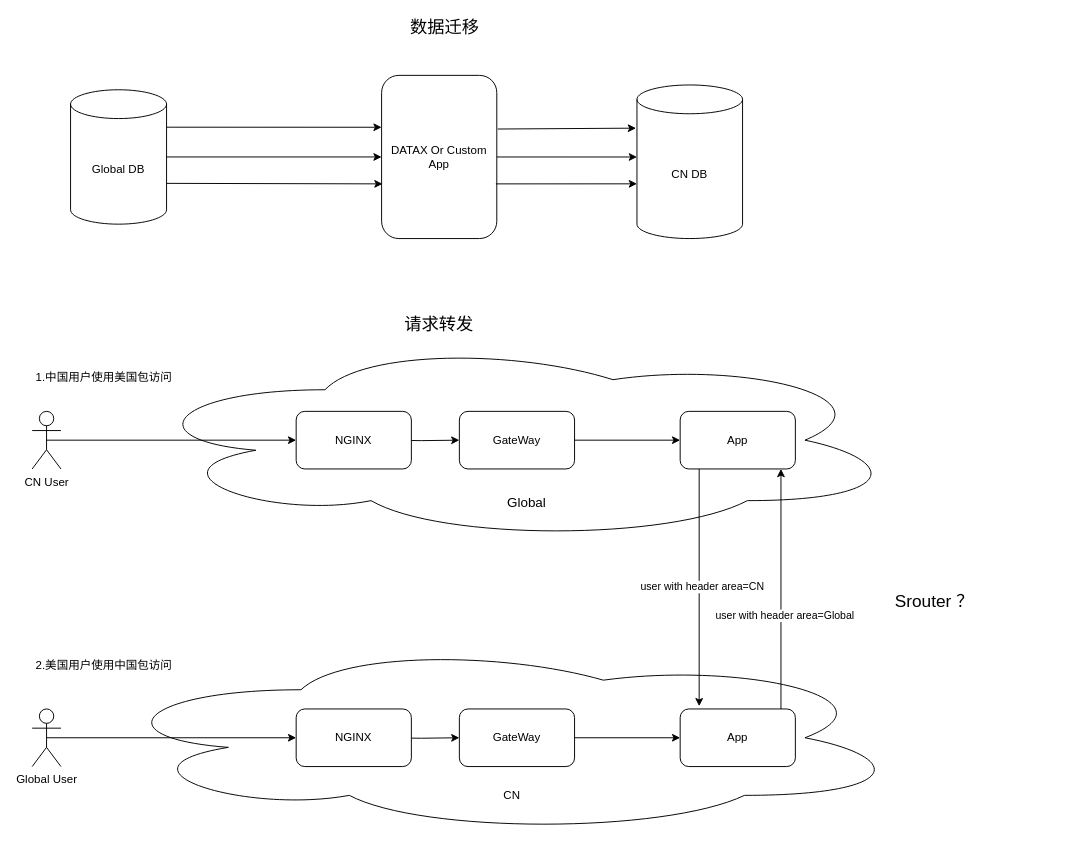
Above: 自选个人信息合规架构.drawio in Hia-Hia/A-note (draw.io), before the change. Source tidied: cells renumbered, new cells numbered last; positions are measured from the earlier drawing's top-left corner, leaving out a move shared by most shapes. Both pictures are drawn from the tidied source at 96%, with x=0, y=0 at pixel (22, 17).
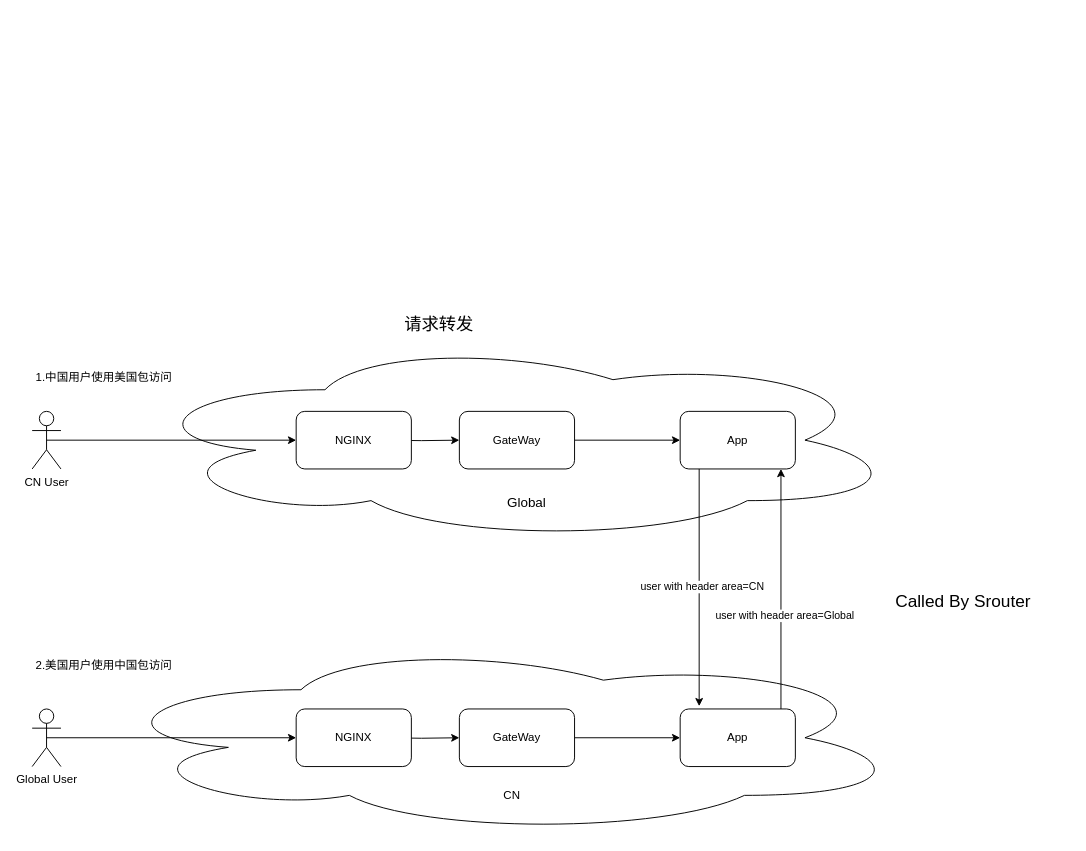
After the change.

Commit message:
更新自选个人信息合规架构.drawio

What changed in the source:
```diff
@@
-    <mxCell id="4" value="&lt;font style=&quot;font-size: 18px&quot;&gt;数据迁移&lt;/font&gt;" style="text;html=1;strokeColor=none;fillColor=none;align=center;verticalAlign=middle;whiteSpace=wrap;rounded=0;" parent="1" vertex="1">
-      <mxGeometry x="360" width="160" height="20" as="geometry" />
-    </mxCell>
-    <mxCell id="5" value="Global DB" style="shape=cylinder3;whiteSpace=wrap;html=1;boundedLbl=1;backgroundOutline=1;size=15;" parent="1" vertex="1">
-      <mxGeometry x="50" y="75" width="100" height="140" as="geometry" />
-    </mxCell>
-    <mxCell id="6" value="CN DB" style="shape=cylinder3;whiteSpace=wrap;html=1;boundedLbl=1;backgroundOutline=1;size=15;" parent="1" vertex="1">
-      <mxGeometry x="640" y="70" width="110" height="160" as="geometry" />
-    </mxCell>
-    <mxCell id="7" value="DATAX Or Custom App" style="rounded=1;whiteSpace=wrap;html=1;" parent="1" vertex="1">
-      <mxGeometry x="374" y="60" width="120" height="170" as="geometry" />
-    </mxCell>
-    <mxCell id="8" style="endArrow=classic;html=1;exitX=1.017;exitY=0.329;exitDx=0;exitDy=0;exitPerimeter=0;" parent="1" edge="1">
-      <mxGeometry relative="1" as="geometry">
-        <mxPoint x="495" y="115.9" as="sourcePoint" />
-        <mxPoint x="639" y="115" as="targetPoint" />
-      </mxGeometry>
-    </mxCell>
-    <mxCell id="9" style="endArrow=classic;html=1;entryX=0;entryY=0.318;entryDx=0;entryDy=0;entryPerimeter=0;" parent="1" edge="1" target="7">
-      <mxGeometry relative="1" as="geometry">
-        <mxPoint x="150" y="114" as="sourcePoint" />
-      </mxGeometry>
-    </mxCell>
-    <mxCell id="10" style="endArrow=classic;html=1;exitX=1;exitY=0.5;exitDx=0;exitDy=0;exitPerimeter=0;entryX=0;entryY=0.5;entryDx=0;entryDy=0;" parent="1" edge="1" source="5" target="7">
-      <mxGeometry relative="1" as="geometry" />
-    </mxCell>
-    <mxCell id="11" style="endArrow=classic;html=1;entryX=0;entryY=0.469;entryDx=0;entryDy=0;entryPerimeter=0;" parent="1" edge="1" source="7" target="6">
-      <mxGeometry relative="1" as="geometry" />
-    </mxCell>
-    <mxCell id="12" style="endArrow=classic;html=1;exitX=1;exitY=0;exitDx=0;exitDy=97.5;exitPerimeter=0;entryX=0.008;entryY=0.665;entryDx=0;entryDy=0;entryPerimeter=0;" parent="1" edge="1" source="5" target="7">
-      <mxGeometry relative="1" as="geometry" />
-    </mxCell>
-    <mxCell id="13" style="endArrow=classic;html=1;exitX=0.992;exitY=0.665;exitDx=0;exitDy=0;exitPerimeter=0;" parent="1" edge="1" source="7">
-      <mxGeometry relative="1" as="geometry">
-        <mxPoint x="640" y="173" as="targetPoint" />
-      </mxGeometry>
-    </mxCell>
@@
-    <mxCell id="36" value="&lt;font style=&quot;font-size: 18px&quot;&gt;Srouter ？&lt;/font&gt;" style="text;html=1;strokeColor=none;fillColor=none;align=center;verticalAlign=middle;whiteSpace=wrap;rounded=0;" parent="1" vertex="1">
-      <mxGeometry x="880" y="565" width="140" height="85" as="geometry" />
+    <mxCell id="36" value="&lt;font style=&quot;font-size: 18px&quot;&gt;Called By Srouter&lt;/font&gt;" style="text;html=1;strokeColor=none;fillColor=none;align=center;verticalAlign=middle;whiteSpace=wrap;rounded=0;" parent="1" vertex="1">
+      <mxGeometry x="870" y="565" width="220" height="85" as="geometry" />
     </mxCell>
```
